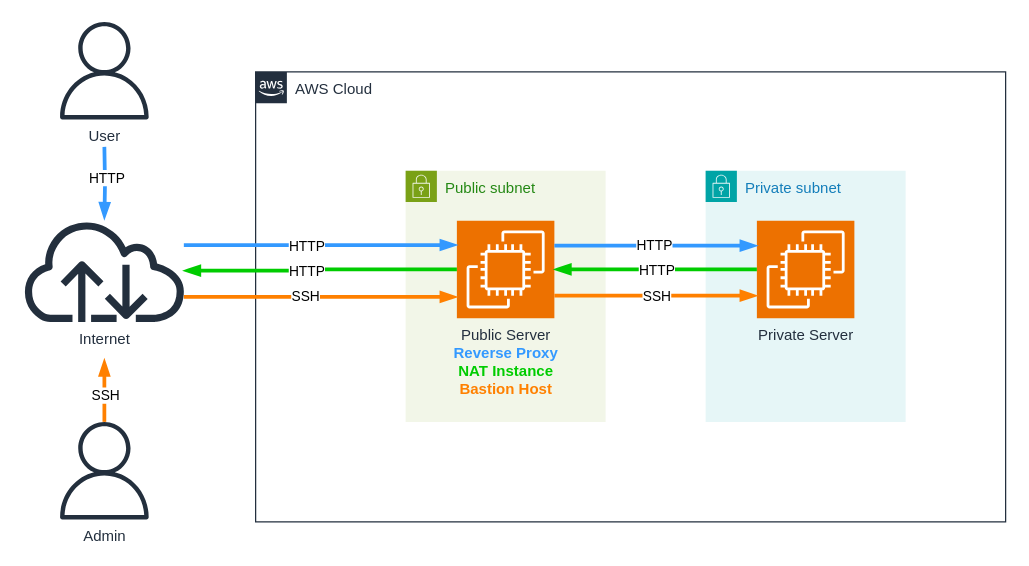
The draw.io diagram 2025/aws-simple-architecture/assets/aws-simple-architecture.drawio in danielwohlgemuth/experiments, before the edit. Source tidied: cells renumbered, new cells numbered last; positions are measured from the earlier drawing's top-left corner, leaving out a move shared by most shapes. Both pictures are drawn from the tidied source at 125%, with x=0, y=0 at pixel (20, 21).
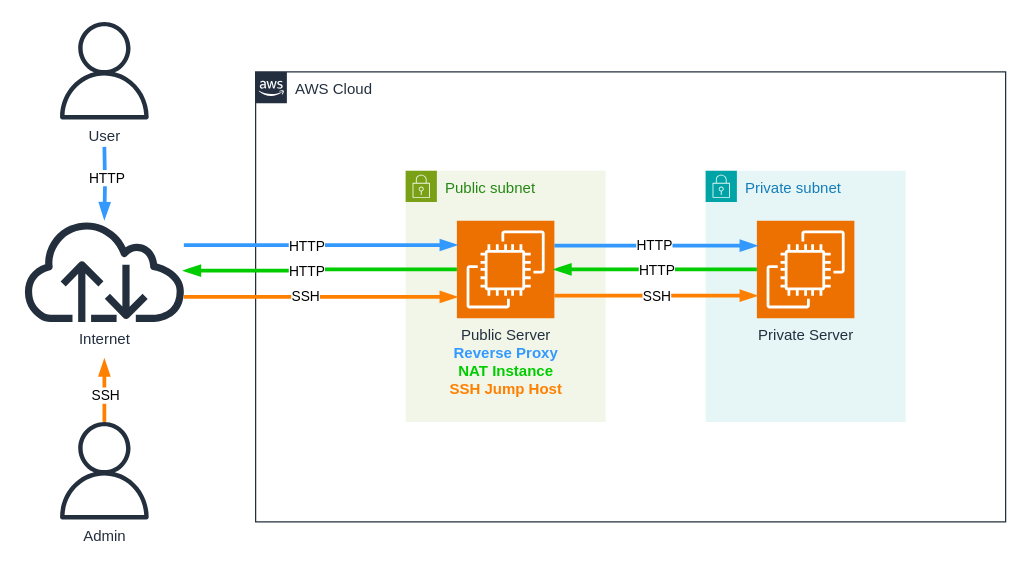
Above is the later version.

Commit message (it also covers changes not shown here):
Update AWS simple architecture diagram

The change refers to these unchanged cells:
```xml
<mxCell id="10" value="Public subnet" style="gradientColor=none;html=1;whiteSpace=wrap;fontSize=12;fontStyle=0;shape=mxgraph.aws4.group;grIcon=mxgraph.aws4.group_security_group;grStroke=0;strokeColor=#7AA116;fillColor=#F2F6E8;verticalAlign=top;align=left;spacingLeft=30;fontColor=#248814;dashed=0;" parent="1" vertex="1">
  <mxGeometry x="308" y="119" width="160" height="201" as="geometry" />
</mxCell>
```

What changed in the source:
```diff
@@
-    <mxCell id="11" value="&lt;div&gt;&lt;span&gt;&lt;font&gt;Public Server&lt;/font&gt;&lt;/span&gt;&lt;/div&gt;&lt;div&gt;&lt;span&gt;&lt;font style=&quot;color: rgb(51, 153, 255);&quot;&gt;&lt;b&gt;Reverse Proxy&lt;/b&gt;&lt;/font&gt;&lt;/span&gt;&lt;/div&gt;&lt;div&gt;&lt;font style=&quot;color: rgb(0, 204, 0);&quot;&gt;&lt;b&gt;NAT Instance&lt;/b&gt;&lt;/font&gt;&lt;/div&gt;&lt;div&gt;&lt;font style=&quot;color: rgb(255, 128, 0);&quot;&gt;&lt;b&gt;Bastion Host&lt;/b&gt;&lt;/font&gt;&lt;/div&gt;" style="sketch=0;points=[[0,0,0],[0.25,0,0],[0.5,0,0],[0.75,0,0],[1,0,0],[0,1,0],[0.25,1,0],[0.5,1,0],[0.75,1,0],[1,1,0],[0,0.25,0],[0,0.5,0],[0,0.75,0],[1,0.25,0],[1,0.5,0],[1,0.75,0]];outlineConnect=0;fontColor=#232F3E;fillColor=#ED7100;strokeColor=#ffffff;dashed=0;verticalLabelPosition=bottom;verticalAlign=top;align=center;html=1;fontSize=12;fontStyle=0;shape=mxgraph.aws4.resourceIcon;resIcon=mxgraph.aws4.ec2;" parent="10" vertex="1">
+    <mxCell id="11" value="&lt;div&gt;&lt;span&gt;&lt;font&gt;Public Server&lt;/font&gt;&lt;/span&gt;&lt;/div&gt;&lt;div&gt;&lt;span&gt;&lt;font style=&quot;color: rgb(51, 153, 255);&quot;&gt;&lt;b&gt;Reverse Proxy&lt;/b&gt;&lt;/font&gt;&lt;/span&gt;&lt;/div&gt;&lt;div&gt;&lt;font style=&quot;color: rgb(0, 204, 0);&quot;&gt;&lt;b&gt;NAT Instance&lt;/b&gt;&lt;/font&gt;&lt;/div&gt;&lt;div&gt;&lt;font style=&quot;color: rgb(255, 128, 0);&quot;&gt;&lt;b&gt;SSH Jump Host&lt;/b&gt;&lt;/font&gt;&lt;/div&gt;" style="sketch=0;points=[[0,0,0],[0.25,0,0],[0.5,0,0],[0.75,0,0],[1,0,0],[0,1,0],[0.25,1,0],[0.5,1,0],[0.75,1,0],[1,1,0],[0,0.25,0],[0,0.5,0],[0,0.75,0],[1,0.25,0],[1,0.5,0],[1,0.75,0]];outlineConnect=0;fontColor=#232F3E;fillColor=#ED7100;strokeColor=#ffffff;dashed=0;verticalLabelPosition=bottom;verticalAlign=top;align=center;html=1;fontSize=12;fontStyle=0;shape=mxgraph.aws4.resourceIcon;resIcon=mxgraph.aws4.ec2;" parent="10" vertex="1">
       <mxGeometry x="41" y="40" width="78" height="78" as="geometry" />
     </mxCell>
```
